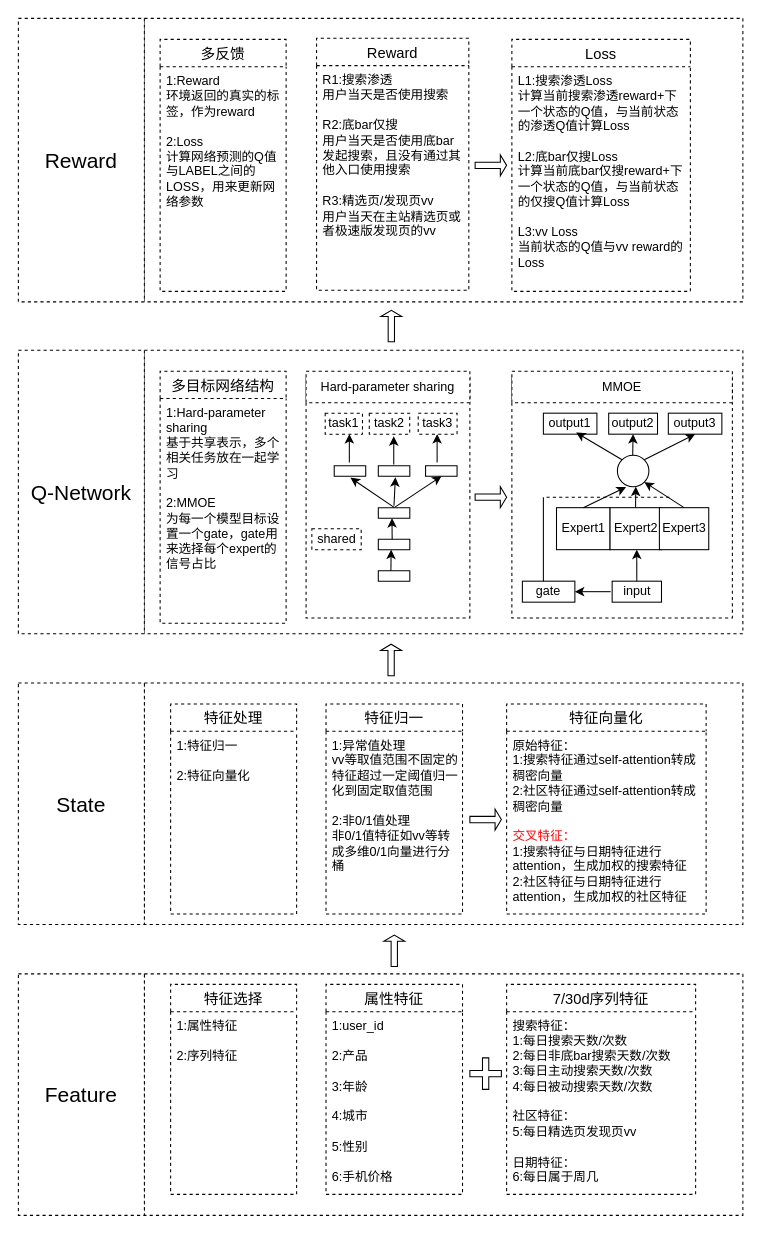
Before: rl_dqn.drawio in whu20122015/draw.io, a draw.io diagram. Source tidied: cells renumbered, new cells numbered last; positions are measured from the earlier drawing's top-left corner, leaving out a move shared by most shapes. Both pictures are drawn from the tidied source at 105%, with x=0, y=0 at pixel (18, 18).
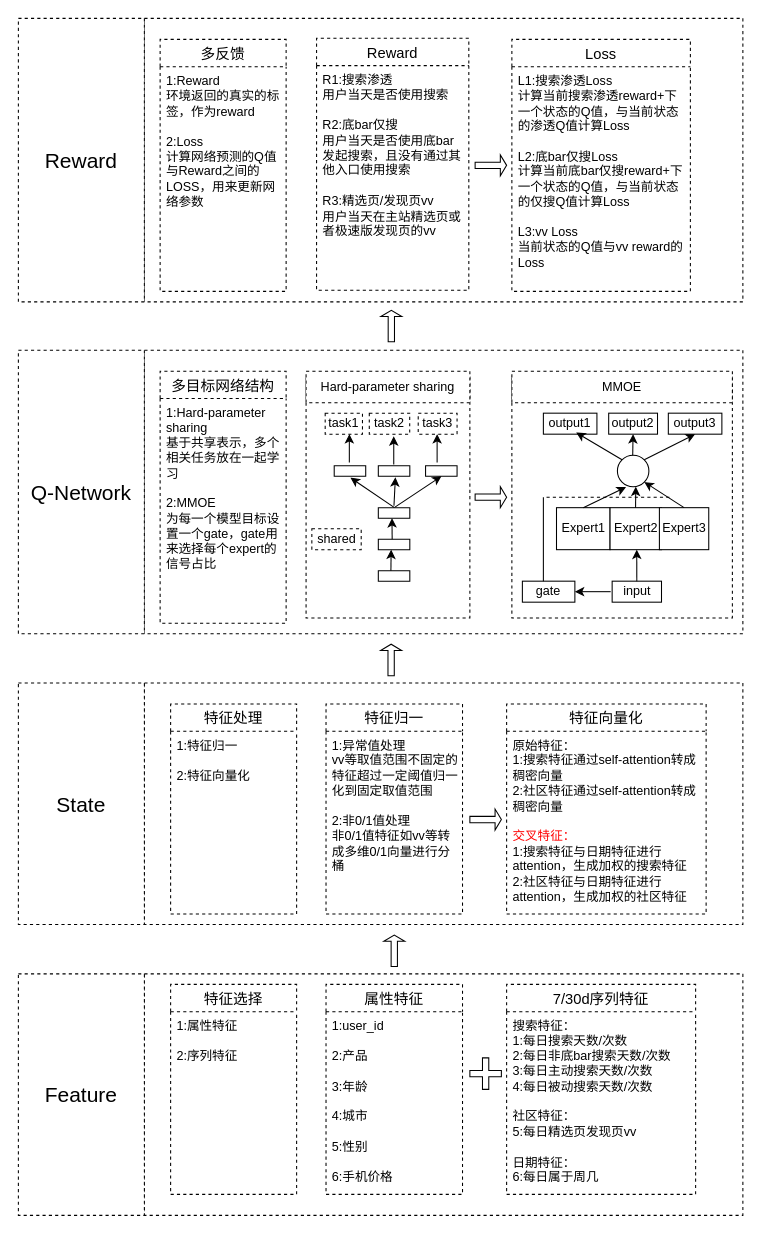
Above is the later version.

Unchanged cells that the change refers to:
```xml
<mxCell id="71" value="多反馈" style="swimlane;fontStyle=0;horizontal=1;startSize=26;align=center;fontSize=14;dashed=1;" parent="1" vertex="1">
  <mxGeometry x="135" y="20" width="120" height="240" as="geometry" />
</mxCell>
```

What changed in the source:
```diff
@@
-    <mxCell id="72" value="1:Reward&lt;br&gt;环境返回的真实的标签，作为reward&lt;br&gt;&lt;br&gt;2:Loss&lt;br&gt;计算网络预测的Q值与LABEL之间的LOSS，用来更新网络参数" style="text;strokeColor=none;fillColor=none;spacingLeft=4;spacingRight=4;overflow=hidden;fontSize=12;whiteSpace=wrap;html=1;" parent="71" vertex="1">
+    <mxCell id="72" value="1:Reward&lt;br&gt;环境返回的真实的标签，作为reward&lt;br&gt;&lt;br&gt;2:Loss&lt;br&gt;计算网络预测的Q值与Reward之间的LOSS，用来更新网络参数" style="text;strokeColor=none;fillColor=none;spacingLeft=4;spacingRight=4;overflow=hidden;fontSize=12;whiteSpace=wrap;html=1;" parent="71" vertex="1">
       <mxGeometry y="26" width="120" height="214" as="geometry" />
     </mxCell>
```
